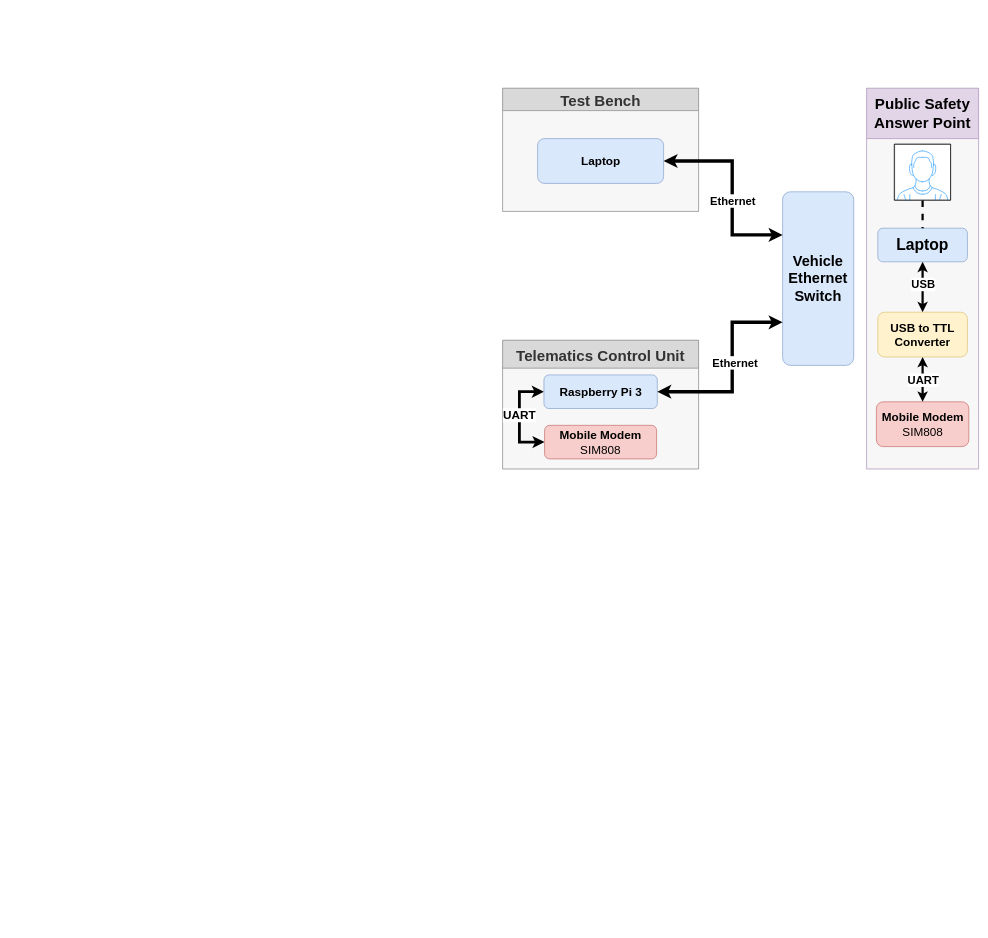
Above: __OTHER/__OLD/Other/Documentations/BlockDigrams/V8_Hardware.drawio in Ahmeddsherrif/GP_TCU (draw.io), before the change. Source tidied: cells renumbered, new cells numbered last; positions are measured from the earlier drawing's top-left corner, leaving out a move shared by most shapes. Both pictures are drawn from the tidied source at 56%, with x=0, y=0 at pixel (502, 88).
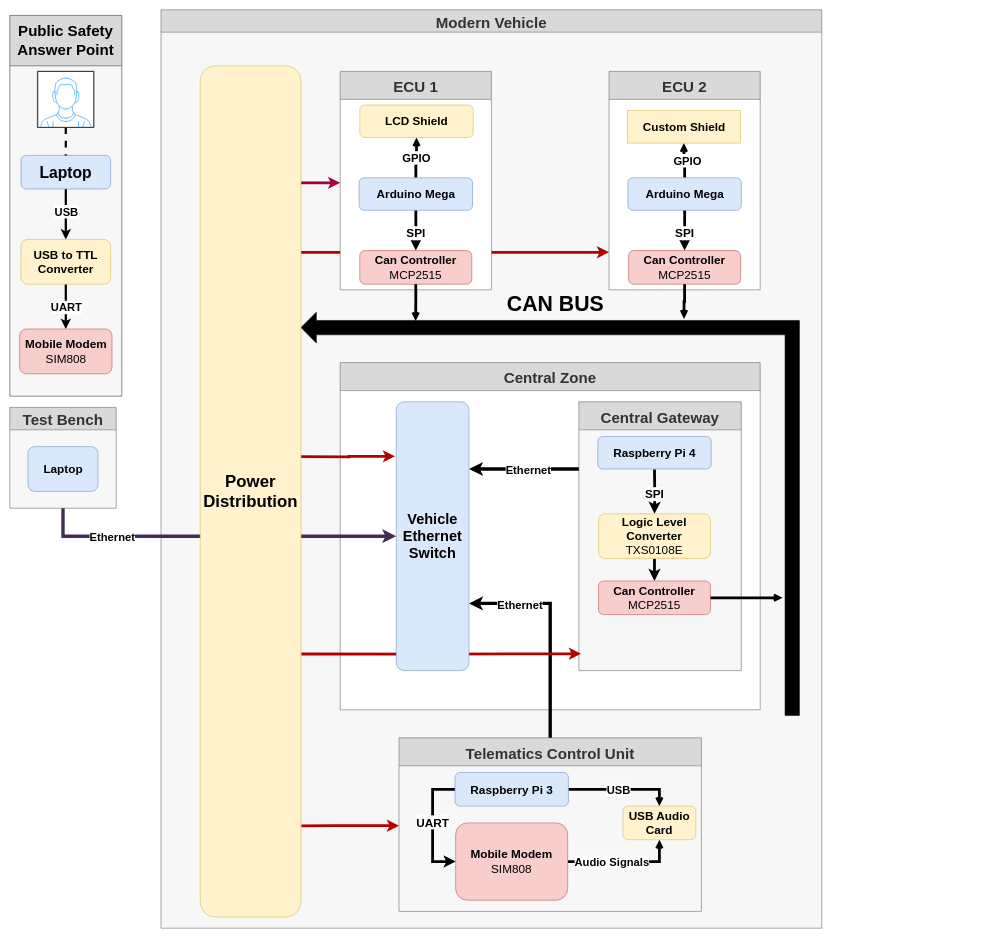
After the change.

Unchanged cells that the change refers to:
```xml
<mxCell id="10" value="Mobile Modem&lt;br&gt;&lt;span style=&quot;font-weight: normal&quot;&gt;SIM808&lt;/span&gt;" style="rounded=1;whiteSpace=wrap;html=1;fontStyle=1;fontSize=21;fillColor=#f8cecc;strokeColor=#b85450;" parent="9" vertex="1">
  <mxGeometry x="17.5" y="560" width="165" height="80" as="geometry" />
</mxCell>
<mxCell id="15" value="USB to TTL Converter" style="rounded=1;whiteSpace=wrap;html=1;fontStyle=1;fontSize=21;fillColor=#fff2cc;strokeColor=#d6b656;" parent="9" vertex="1">
  <mxGeometry x="20" y="400" width="160" height="80" as="geometry" />
</mxCell>
<mxCell id="16" value="Laptop" style="rounded=1;whiteSpace=wrap;html=1;fontStyle=1;fontSize=28;fillColor=#dae8fc;strokeColor=#6c8ebf;" parent="9" vertex="1">
  <mxGeometry x="20" y="250" width="160" height="60" as="geometry" />
</mxCell>
```

Change to the diagram source:
```diff
@@
+    <mxCell id="24" value="Modern Vehicle" style="swimlane;strokeColor=#666666;fontColor=#333333;fontSize=27;startSize=40;swimlaneFillColor=#F7F7F7;fillColor=#D9D9D9;" parent="1" vertex="1">
+      <mxGeometry x="-610" y="-140" width="1180" height="1640" as="geometry" />
+    </mxCell>
+    <mxCell id="25" value="ECU 2" style="swimlane;strokeColor=#666666;fontColor=#333333;fontSize=27;startSize=50;swimlaneFillColor=#FFFFFF;fillColor=#D9D9D9;verticalAlign=middle;" parent="24" vertex="1">
+      <mxGeometry x="800" y="110" width="270" height="390" as="geometry" />
+    </mxCell>
+    <mxCell id="26" style="edgeStyle=orthogonalEdgeStyle;rounded=0;jettySize=auto;html=1;entryX=0.5;entryY=0;entryDx=0;entryDy=0;startArrow=none;startFill=0;fontSize=25;fontStyle=1;endArrow=classic;endFill=1;strokeWidth=5;" parent="25" edge="1" source="30" target="28">
+      <mxGeometry relative="1" as="geometry" />
+    </mxCell>
+    <mxCell id="27" value="SPI" style="edgeLabel;html=1;align=center;verticalAlign=middle;fontSize=21;fontStyle=1;" parent="26" vertex="1">
+      <mxGeometry x="-0.15" y="-1" relative="1" as="geometry">
+        <mxPoint y="9.5" as="offset" />
+      </mxGeometry>
+    </mxCell>
+    <mxCell id="28" value="Can Controller&lt;br&gt;&lt;span style=&quot;font-weight: normal&quot;&gt;MCP2515&lt;/span&gt;" style="rounded=1;whiteSpace=wrap;html=1;fontStyle=1;fontSize=21;fillColor=#f8cecc;strokeColor=#b85450;" parent="25" vertex="1">
+      <mxGeometry x="35" y="320" width="200" height="60" as="geometry" />
+    </mxCell>
+    <mxCell id="29" value="GPIO" style="edgeStyle=orthogonalEdgeStyle;rounded=0;jettySize=auto;html=1;entryX=0.5;entryY=1;entryDx=0;entryDy=0;startArrow=none;startFill=0;endArrow=open;endFill=0;endSize=5;strokeWidth=5;fontSize=20;fontStyle=1;" parent="25" edge="1" source="30" target="31">
+      <mxGeometry x="-0.02" y="-5" relative="1" as="geometry">
+        <mxPoint x="5" y="5" as="offset" />
+      </mxGeometry>
+    </mxCell>
+    <mxCell id="30" value="Arduino Mega" style="rounded=1;whiteSpace=wrap;html=1;fontStyle=1;fontSize=21;fillColor=#dae8fc;strokeColor=#6c8ebf;" parent="25" vertex="1">
+      <mxGeometry x="33.8" y="190" width="202.5" height="58" as="geometry" />
+    </mxCell>
+    <mxCell id="31" value="Custom Shield" style="rounded=1;whiteSpace=wrap;html=1;fontStyle=1;fontSize=21;fillColor=#fff2cc;strokeColor=#d6b656;arcSize=0;" parent="25" vertex="1">
+      <mxGeometry x="32.5" y="70" width="202.5" height="58" as="geometry" />
+    </mxCell>
-    <mxCell id="2" value="Telematics Control Unit" style="swimlane;strokeColor=#666666;fontColor=#333333;fontSize=27;startSize=50;swimlaneFillColor=#F7F7F7;fillColor=#D9D9D9;" parent="1" vertex="1">
-      <mxGeometry y="450" width="350" height="230" as="geometry" />
+    <mxCell id="2" value="Telematics Control Unit" style="swimlane;strokeColor=#666666;fontColor=#333333;fontSize=27;startSize=50;swimlaneFillColor=#F7F7F7;fillColor=#D9D9D9;verticalAlign=middle;" parent="24" vertex="1">
+      <mxGeometry x="425" y="1300" width="540" height="310" as="geometry" />
     </mxCell>
-    <mxCell id="3" style="edgeStyle=orthogonalEdgeStyle;rounded=0;jettySize=auto;html=1;entryX=0;entryY=0.5;entryDx=0;entryDy=0;exitX=0;exitY=0.5;exitDx=0;exitDy=0;startArrow=classic;startFill=1;fontSize=25;fontStyle=1;endArrow=classic;endFill=1;strokeWidth=5;" parent="2" edge="1" source="5" target="6">
+    <mxCell id="3" style="edgeStyle=orthogonalEdgeStyle;rounded=0;jettySize=auto;html=1;entryX=0;entryY=0.5;entryDx=0;entryDy=0;exitX=0;exitY=0.5;exitDx=0;exitDy=0;startArrow=none;startFill=0;fontSize=25;fontStyle=1;endArrow=classic;endFill=1;strokeWidth=5;" parent="2" edge="1" source="5" target="6">
       <mxGeometry relative="1" as="geometry">
         <Array as="points">
-          <mxPoint x="30" y="92" />
-          <mxPoint x="30" y="182" />
+          <mxPoint x="60" y="92" />
+          <mxPoint x="60" y="221" />
         </Array>
       </mxGeometry>
     </mxCell>
@@
+    <mxCell id="32" style="edgeStyle=orthogonalEdgeStyle;rounded=0;jettySize=auto;html=1;entryX=0.5;entryY=0;entryDx=0;entryDy=0;startArrow=none;startFill=0;endArrow=open;endFill=0;endSize=5;strokeWidth=5;" parent="2" edge="1" source="5" target="36">
+      <mxGeometry relative="1" as="geometry" />
+    </mxCell>
+    <mxCell id="33" value="USB" style="edgeLabel;html=1;align=center;verticalAlign=middle;fontSize=20;fontStyle=1;" parent="32" vertex="1">
+      <mxGeometry x="0.21" y="-4" relative="1" as="geometry">
+        <mxPoint x="-27.2" y="-4" as="offset" />
+      </mxGeometry>
+    </mxCell>
     <mxCell id="5" value="Raspberry Pi 3" style="rounded=1;whiteSpace=wrap;html=1;fontStyle=1;fontSize=21;fillColor=#dae8fc;strokeColor=#6c8ebf;" parent="2" vertex="1">
-      <mxGeometry x="73.8" y="62" width="202.5" height="60" as="geometry" />
+      <mxGeometry x="100" y="62" width="202.5" height="60" as="geometry" />
     </mxCell>
+    <mxCell id="34" style="edgeStyle=orthogonalEdgeStyle;rounded=0;jettySize=auto;html=1;exitX=1;exitY=0.5;exitDx=0;exitDy=0;entryX=0.5;entryY=1;entryDx=0;entryDy=0;startArrow=none;startFill=0;endArrow=open;endFill=0;endSize=5;strokeWidth=5;" parent="2" edge="1" source="6" target="36">
+      <mxGeometry relative="1" as="geometry" />
+    </mxCell>
+    <mxCell id="35" value="Audio Signals" style="edgeLabel;html=1;align=center;verticalAlign=middle;fontStyle=1;fontSize=20;" parent="34" vertex="1">
+      <mxGeometry y="4" relative="1" as="geometry">
+        <mxPoint x="-23.2" y="4" as="offset" />
+      </mxGeometry>
+    </mxCell>
     <mxCell id="6" value="Mobile Modem&lt;br&gt;&lt;span style=&quot;font-weight: normal&quot;&gt;SIM808&lt;/span&gt;" style="rounded=1;whiteSpace=wrap;html=1;fontStyle=1;fontSize=21;fillColor=#f8cecc;strokeColor=#b85450;" parent="2" vertex="1">
-      <mxGeometry x="75" y="152" width="200" height="60" as="geometry" />
+      <mxGeometry x="101.2" y="152" width="200" height="138" as="geometry" />
     </mxCell>
+    <mxCell id="36" value="USB Audio Card&lt;br&gt;" style="rounded=1;whiteSpace=wrap;html=1;fontStyle=1;fontSize=21;fillColor=#fff2cc;strokeColor=#d6b656;" parent="2" vertex="1">
+      <mxGeometry x="400" y="122" width="130" height="60" as="geometry" />
+    </mxCell>
+    <mxCell id="37" value="&lt;b style=&quot;font-size: 38px;&quot;&gt;&lt;font style=&quot;font-size: 38px;&quot;&gt;CAN BUS&lt;/font&gt;&lt;/b&gt;" style="text;html=1;align=center;verticalAlign=middle;fontSize=38;spacing=20;" parent="24" vertex="1">
+      <mxGeometry x="589" y="480" width="230" height="90" as="geometry" />
+    </mxCell>
+    <mxCell id="38" value="Central Zone" style="swimlane;strokeColor=#666666;fontColor=#333333;fontSize=27;startSize=50;swimlaneFillColor=#FFFFFF;fillColor=#D9D9D9;verticalAlign=middle;" parent="24" vertex="1">
+      <mxGeometry x="320" y="630" width="750" height="620" as="geometry" />
+    </mxCell>
+    <mxCell id="39" value="Central Gateway" style="swimlane;strokeColor=#666666;fontColor=#333333;fontSize=27;startSize=50;swimlaneFillColor=#F7F7F7;fillColor=#D9D9D9;verticalAlign=middle;" parent="38" vertex="1">
+      <mxGeometry x="426.2" y="70" width="290" height="480" as="geometry" />
+    </mxCell>
+    <mxCell id="40" style="edgeStyle=orthogonalEdgeStyle;rounded=0;jettySize=auto;html=1;entryX=0.5;entryY=0;entryDx=0;entryDy=0;startArrow=none;startFill=0;fontSize=25;fontStyle=1;endArrow=classic;endFill=1;strokeWidth=5;" parent="39" edge="1" target="45">
+      <mxGeometry relative="1" as="geometry">
+        <mxPoint x="135" y="121" as="sourcePoint" />
+      </mxGeometry>
+    </mxCell>
+    <mxCell id="41" value="SPI" style="edgeLabel;html=1;align=center;verticalAlign=middle;fontSize=21;fontStyle=1;" parent="40" vertex="1">
+      <mxGeometry x="-0.15" y="-1" relative="1" as="geometry">
+        <mxPoint y="9.5" as="offset" />
+      </mxGeometry>
+    </mxCell>
+    <mxCell id="42" value="Raspberry Pi 4" style="rounded=1;whiteSpace=wrap;html=1;fontStyle=1;fontSize=21;fillColor=#dae8fc;strokeColor=#6c8ebf;" parent="39" vertex="1">
+      <mxGeometry x="33.8" y="62" width="202.5" height="58" as="geometry" />
+    </mxCell>
+    <mxCell id="43" style="edgeStyle=orthogonalEdgeStyle;rounded=0;jettySize=auto;html=1;entryX=0.5;entryY=1;entryDx=0;entryDy=0;endSize=5;strokeWidth=5;startArrow=classic;startFill=1;endArrow=none;endFill=0;" parent="39" edge="1" source="44" target="45">
+      <mxGeometry relative="1" as="geometry" />
+    </mxCell>
+    <mxCell id="44" value="Can Controller&lt;br&gt;&lt;span style=&quot;font-weight: normal&quot;&gt;MCP2515&lt;/span&gt;" style="rounded=1;whiteSpace=wrap;html=1;fontStyle=1;fontSize=21;fillColor=#f8cecc;strokeColor=#b85450;" parent="39" vertex="1">
+      <mxGeometry x="35" y="320" width="200" height="60" as="geometry" />
+    </mxCell>
+    <mxCell id="45" value="Logic Level Converter&lt;br&gt;&lt;span style=&quot;font-weight: normal&quot;&gt;TXS0108E&lt;/span&gt;" style="rounded=1;whiteSpace=wrap;html=1;fontStyle=1;fontSize=21;fillColor=#fff2cc;strokeColor=#d6b656;" parent="39" vertex="1">
+      <mxGeometry x="35" y="200" width="200" height="80" as="geometry" />
+    </mxCell>
+    <mxCell id="46" style="edgeStyle=orthogonalEdgeStyle;rounded=0;jettySize=auto;html=1;startArrow=classic;startFill=1;endArrow=none;endFill=0;endSize=5;strokeWidth=5;fontSize=36;fillColor=#e51400;strokeColor=#B20000;entryX=1.003;entryY=0.893;entryDx=0;entryDy=0;entryPerimeter=0;" parent="24" edge="1" source="2">
+      <mxGeometry relative="1" as="geometry">
+        <mxPoint x="250.5" y="1457.4" as="targetPoint" />
+        <Array as="points">
+          <mxPoint x="310" y="1457" />
+          <mxPoint x="310" y="1457" />
+        </Array>
+      </mxGeometry>
+    </mxCell>
     <mxCell id="7" value="Test Bench" style="swimlane;strokeColor=#666666;fontColor=#333333;fontSize=27;startSize=40;swimlaneFillColor=#F7F7F7;fillColor=#D9D9D9;" parent="1" vertex="1">
-      <mxGeometry width="350" height="220" as="geometry" />
+      <mxGeometry x="-880" y="570" width="190" height="180" as="geometry" />
     </mxCell>
     <mxCell id="8" value="Laptop" style="rounded=1;whiteSpace=wrap;html=1;fontStyle=1;fontSize=21;fillColor=#dae8fc;strokeColor=#6c8ebf;" parent="7" vertex="1">
-      <mxGeometry x="62.5" y="90" width="225" height="80" as="geometry" />
+      <mxGeometry x="32.5" y="70" width="125" height="80" as="geometry" />
     </mxCell>
-    <mxCell id="9" value="Public Safety Answer Point" style="swimlane;fontSize=27;startSize=90;whiteSpace=wrap;strokeColor=#9673a6;swimlaneFillColor=#F7F7F7;fillColor=#e1d5e7;" parent="1" vertex="1">
-      <mxGeometry x="650" width="200" height="680" as="geometry" />
+    <mxCell id="9" value="Public Safety Answer Point" style="swimlane;fontSize=27;startSize=90;whiteSpace=wrap;swimlaneFillColor=#F7F7F7;fillColor=#D9D9D9;strokeColor=#333333;" parent="1" vertex="1">
+      <mxGeometry x="-880" y="-130" width="200" height="680" as="geometry" />
     </mxCell>
@@
-    <mxCell id="11" style="edgeStyle=orthogonalEdgeStyle;rounded=0;jettySize=auto;html=1;startArrow=classic;startFill=1;fontSize=25;fontStyle=1;endArrow=classic;endFill=1;strokeWidth=4;" parent="9" edge="1" source="15" target="10">
+    <mxCell id="11" style="edgeStyle=orthogonalEdgeStyle;rounded=0;jettySize=auto;html=1;startArrow=none;startFill=0;fontSize=25;fontStyle=1;endArrow=classic;endFill=1;strokeWidth=4;" parent="9" edge="1" source="15" target="10">
       <mxGeometry relative="1" as="geometry" />
     </mxCell>
@@
-    <mxCell id="13" style="edgeStyle=orthogonalEdgeStyle;rounded=0;jettySize=auto;html=1;startArrow=classic;startFill=1;fontSize=25;fontStyle=1;endArrow=classic;endFill=1;strokeWidth=4;" parent="9" edge="1" source="15" target="16">
+    <mxCell id="13" style="edgeStyle=orthogonalEdgeStyle;rounded=0;jettySize=auto;html=1;startArrow=classic;startFill=1;fontSize=25;fontStyle=1;endArrow=none;endFill=0;strokeWidth=4;" parent="9" edge="1" source="15" target="16">
       <mxGeometry relative="1" as="geometry" />
     </mxCell>
@@
-    <mxCell id="19" value="&lt;font style=&quot;font-size: 26px&quot;&gt;Vehicle Ethernet Switch&lt;/font&gt;" style="rounded=1;whiteSpace=wrap;html=1;fontStyle=1;fontSize=21;fillColor=#dae8fc;strokeColor=#6c8ebf;arcSize=11;" parent="1" vertex="1">
-      <mxGeometry x="500" y="185" width="127" height="310" as="geometry" />
-    </mxCell>
-    <mxCell id="20" style="edgeStyle=orthogonalEdgeStyle;rounded=0;jettySize=auto;html=1;strokeWidth=6;startArrow=classic;startFill=1;" parent="1" edge="1" source="8" target="19">
-      <mxGeometry relative="1" as="geometry">
-        <Array as="points">
-          <mxPoint x="410" y="130" />
-          <mxPoint x="410" y="262" />
-        </Array>
-      </mxGeometry>
-    </mxCell>
-    <mxCell id="21" value="Ethernet" style="edgeLabel;html=1;align=center;verticalAlign=middle;fontStyle=1;fontSize=20;" parent="20" vertex="1">
-      <mxGeometry x="-0.09" y="5" relative="1" as="geometry">
-        <mxPoint x="-5" y="36.1" as="offset" />
-      </mxGeometry>
-    </mxCell>
+    <mxCell id="47" style="edgeStyle=orthogonalEdgeStyle;rounded=0;jettySize=auto;html=1;exitX=-0.016;exitY=0.203;exitDx=0;exitDy=0;startArrow=classic;startFill=1;endArrow=none;endFill=0;endSize=5;strokeWidth=5;fontSize=36;fillColor=#e51400;strokeColor=#B20000;exitPerimeter=0;" parent="1" edge="1" source="19">
+      <mxGeometry relative="1" as="geometry">
+        <mxPoint x="-360" y="658" as="targetPoint" />
+      </mxGeometry>
+    </mxCell>
-    <mxCell id="22" style="edgeStyle=orthogonalEdgeStyle;rounded=0;jettySize=auto;html=1;strokeWidth=6;startArrow=classic;startFill=1;" parent="1" edge="1" source="5">
+    <mxCell id="22" style="edgeStyle=orthogonalEdgeStyle;rounded=0;jettySize=auto;html=1;strokeWidth=6;startArrow=none;startFill=0;exitX=0.5;exitY=0;exitDx=0;exitDy=0;entryX=1;entryY=0.75;entryDx=0;entryDy=0;" parent="1" edge="1" source="2" target="19">
       <mxGeometry relative="1" as="geometry">
-        <mxPoint x="500" y="418" as="targetPoint" />
         <Array as="points">
-          <mxPoint x="410" y="542" />
-          <mxPoint x="410" y="418" />
+          <mxPoint x="85" y="920" />
         </Array>
       </mxGeometry>
     </mxCell>
     <mxCell id="23" value="Ethernet" style="edgeLabel;html=1;align=center;verticalAlign=middle;fontSize=20;fontStyle=1;" parent="22" vertex="1">
       <mxGeometry x="0.17" y="-4" relative="1" as="geometry">
-        <mxPoint y="17.1" as="offset" />
+        <mxPoint x="-59" y="-14" as="offset" />
       </mxGeometry>
     </mxCell>
+    <mxCell id="48" style="edgeStyle=orthogonalEdgeStyle;rounded=0;jettySize=auto;html=1;strokeWidth=6;startArrow=none;startFill=0;exitX=0;exitY=0.25;exitDx=0;exitDy=0;entryX=1;entryY=0.25;entryDx=0;entryDy=0;" parent="1" edge="1" source="39" target="19">
+      <mxGeometry relative="1" as="geometry" />
+    </mxCell>
+    <mxCell id="49" value="Ethernet" style="edgeLabel;html=1;align=center;verticalAlign=middle;fontSize=20;fontStyle=1;" parent="48" vertex="1">
+      <mxGeometry x="0.17" y="-4" relative="1" as="geometry">
+        <mxPoint x="24.3" y="4" as="offset" />
+      </mxGeometry>
+    </mxCell>
+    <mxCell id="50" style="edgeStyle=orthogonalEdgeStyle;rounded=0;jettySize=auto;html=1;startArrow=classic;startFill=1;endArrow=none;endFill=0;endSize=5;strokeWidth=5;fontSize=36;fillColor=#d80073;strokeColor=#A50040;" parent="1" edge="1" source="55">
+      <mxGeometry relative="1" as="geometry">
+        <mxPoint x="-360" y="169" as="targetPoint" />
+        <Array as="points">
+          <mxPoint x="-360" y="169" />
+          <mxPoint x="-360" y="169" />
+        </Array>
+      </mxGeometry>
+    </mxCell>
+    <mxCell id="51" style="html=1;shadow=0;dashed=0;align=center;verticalAlign=middle;shape=mxgraph.arrows2.bendArrow;dy=12.79;dx=27.36;notch=0;arrowHead=55;rounded=0;strokeWidth=1;fontSize=20;rotation=0;flipH=1;fillColor=#000000;" parent="1" vertex="1">
+      <mxGeometry x="-360" y="400" width="890" height="720" as="geometry" />
+    </mxCell>
+    <mxCell id="52" style="edgeStyle=orthogonalEdgeStyle;rounded=0;jettySize=auto;html=1;startArrow=none;startFill=0;endArrow=open;endFill=0;endSize=5;strokeWidth=5;fontSize=20;exitX=0.5;exitY=1;exitDx=0;exitDy=0;" parent="1" edge="1" source="28">
+      <mxGeometry relative="1" as="geometry">
+        <mxPoint x="324" y="412" as="targetPoint" />
+        <Array as="points">
+          <mxPoint x="325" y="381" />
+          <mxPoint x="324" y="381" />
+        </Array>
+      </mxGeometry>
+    </mxCell>
+    <mxCell id="53" style="edgeStyle=orthogonalEdgeStyle;rounded=0;jettySize=auto;html=1;startArrow=classic;startFill=1;endArrow=none;endFill=0;endSize=5;strokeWidth=5;fontSize=36;fillColor=#e51400;strokeColor=#B20000;entryX=1.003;entryY=0.691;entryDx=0;entryDy=0;entryPerimeter=0;" parent="1" edge="1" target="65">
+      <mxGeometry relative="1" as="geometry">
+        <mxPoint x="140" y="1010" as="sourcePoint" />
+      </mxGeometry>
+    </mxCell>
+    <mxCell id="19" value="&lt;font style=&quot;font-size: 26px&quot;&gt;Vehicle Ethernet Switch&lt;/font&gt;" style="rounded=1;whiteSpace=wrap;html=1;fontStyle=1;fontSize=21;fillColor=#dae8fc;strokeColor=#6c8ebf;arcSize=11;" parent="1" vertex="1">
+      <mxGeometry x="-190" y="560" width="130" height="480" as="geometry" />
+    </mxCell>
+    <mxCell id="54" style="edgeStyle=orthogonalEdgeStyle;rounded=0;orthogonalLoop=1;jettySize=auto;html=1;startArrow=classic;startFill=1;endArrow=none;endFill=0;endSize=5;strokeWidth=5;fontSize=36;fillColor=#e51400;strokeColor=#B20000;" parent="1" edge="1">
+      <mxGeometry relative="1" as="geometry">
+        <mxPoint x="190" y="293" as="sourcePoint" />
+        <mxPoint x="-360" y="293" as="targetPoint" />
+        <Array as="points">
+          <mxPoint x="160" y="293" />
+          <mxPoint x="160" y="293" />
+        </Array>
+      </mxGeometry>
+    </mxCell>
+    <mxCell id="55" value="ECU 1" style="swimlane;strokeColor=#666666;fontColor=#333333;fontSize=27;startSize=50;swimlaneFillColor=#FFFFFF;fillColor=#D9D9D9;verticalAlign=middle;" parent="1" vertex="1">
+      <mxGeometry x="-290" y="-30" width="270" height="390" as="geometry" />
+    </mxCell>
+    <mxCell id="56" style="edgeStyle=orthogonalEdgeStyle;rounded=0;jettySize=auto;html=1;entryX=0.5;entryY=0;entryDx=0;entryDy=0;startArrow=none;startFill=0;fontSize=25;fontStyle=1;endArrow=classic;endFill=1;strokeWidth=5;exitX=0.5;exitY=1;exitDx=0;exitDy=0;" parent="55" edge="1" source="59" target="60">
+      <mxGeometry relative="1" as="geometry" />
+    </mxCell>
+    <mxCell id="57" value="SPI" style="edgeLabel;html=1;align=center;verticalAlign=middle;fontSize=21;fontStyle=1;" parent="56" vertex="1">
+      <mxGeometry x="-0.15" y="-1" relative="1" as="geometry">
+        <mxPoint y="9.5" as="offset" />
+      </mxGeometry>
+    </mxCell>
+    <mxCell id="58" value="GPIO" style="edgeStyle=orthogonalEdgeStyle;rounded=0;jettySize=auto;html=1;entryX=0.5;entryY=1;entryDx=0;entryDy=0;startArrow=none;startFill=0;endArrow=open;endFill=0;endSize=5;strokeWidth=5;fontSize=20;fontStyle=1;" parent="55" edge="1" source="59" target="61">
+      <mxGeometry relative="1" as="geometry">
+        <Array as="points">
+          <mxPoint x="135" y="164" />
+          <mxPoint x="136" y="164" />
+        </Array>
+      </mxGeometry>
+    </mxCell>
+    <mxCell id="59" value="Arduino Mega" style="rounded=1;whiteSpace=wrap;html=1;fontStyle=1;fontSize=21;fillColor=#dae8fc;strokeColor=#6c8ebf;" parent="55" vertex="1">
+      <mxGeometry x="33.8" y="190" width="202.5" height="58" as="geometry" />
+    </mxCell>
+    <mxCell id="60" value="Can Controller&lt;br&gt;&lt;span style=&quot;font-weight: normal&quot;&gt;MCP2515&lt;/span&gt;" style="rounded=1;whiteSpace=wrap;html=1;fontStyle=1;fontSize=21;fillColor=#f8cecc;strokeColor=#b85450;" parent="55" vertex="1">
+      <mxGeometry x="35" y="320" width="200" height="60" as="geometry" />
+    </mxCell>
+    <mxCell id="61" value="LCD Shield" style="rounded=1;whiteSpace=wrap;html=1;fontStyle=1;fontSize=21;fillColor=#fff2cc;strokeColor=#d6b656;" parent="55" vertex="1">
+      <mxGeometry x="35" y="60" width="202.5" height="58" as="geometry" />
+    </mxCell>
+    <mxCell id="62" style="edgeStyle=orthogonalEdgeStyle;rounded=0;jettySize=auto;html=1;entryX=0.77;entryY=0.022;entryDx=0;entryDy=0;entryPerimeter=0;startArrow=none;startFill=0;endArrow=open;endFill=0;endSize=5;strokeWidth=5;fontSize=20;exitX=0.5;exitY=1;exitDx=0;exitDy=0;" parent="1" edge="1" source="60" target="51">
+      <mxGeometry relative="1" as="geometry" />
+    </mxCell>
+    <mxCell id="63" style="edgeStyle=orthogonalEdgeStyle;rounded=0;jettySize=auto;html=1;startArrow=none;startFill=0;endArrow=open;endFill=0;endSize=5;strokeWidth=5;fontSize=20;" parent="1" edge="1" source="44">
+      <mxGeometry relative="1" as="geometry">
+        <mxPoint x="500" y="910" as="targetPoint" />
+      </mxGeometry>
+    </mxCell>
+    <mxCell id="64" style="edgeStyle=orthogonalEdgeStyle;rounded=0;jettySize=auto;html=1;strokeWidth=6;startArrow=none;startFill=0;exitX=0.5;exitY=1;exitDx=0;exitDy=0;entryX=0;entryY=0.5;entryDx=0;entryDy=0;fillColor=#76608a;strokeColor=#432D57;" parent="1" edge="1" source="7">
+      <mxGeometry relative="1" as="geometry">
+        <mxPoint x="-190" y="800" as="targetPoint" />
+        <Array as="points">
+          <mxPoint x="-785" y="800" />
+        </Array>
+      </mxGeometry>
+    </mxCell>
+    <mxCell id="21" value="Ethernet" style="edgeLabel;html=1;align=center;verticalAlign=middle;fontStyle=1;fontSize=20;" parent="64" vertex="1">
+      <mxGeometry x="-0.09" y="5" relative="1" as="geometry">
+        <mxPoint x="-155.4" y="5" as="offset" />
+      </mxGeometry>
+    </mxCell>
+    <mxCell id="65" value="&lt;font style=&quot;font-size: 30px;&quot;&gt;Power Distribution&lt;/font&gt;" style="rounded=1;whiteSpace=wrap;html=1;fontStyle=1;fontSize=30;fillColor=#fff2cc;strokeColor=#d6b656;" parent="1" vertex="1">
+      <mxGeometry x="-540" y="-40" width="180" height="1520" as="geometry" />
+    </mxCell>
```
